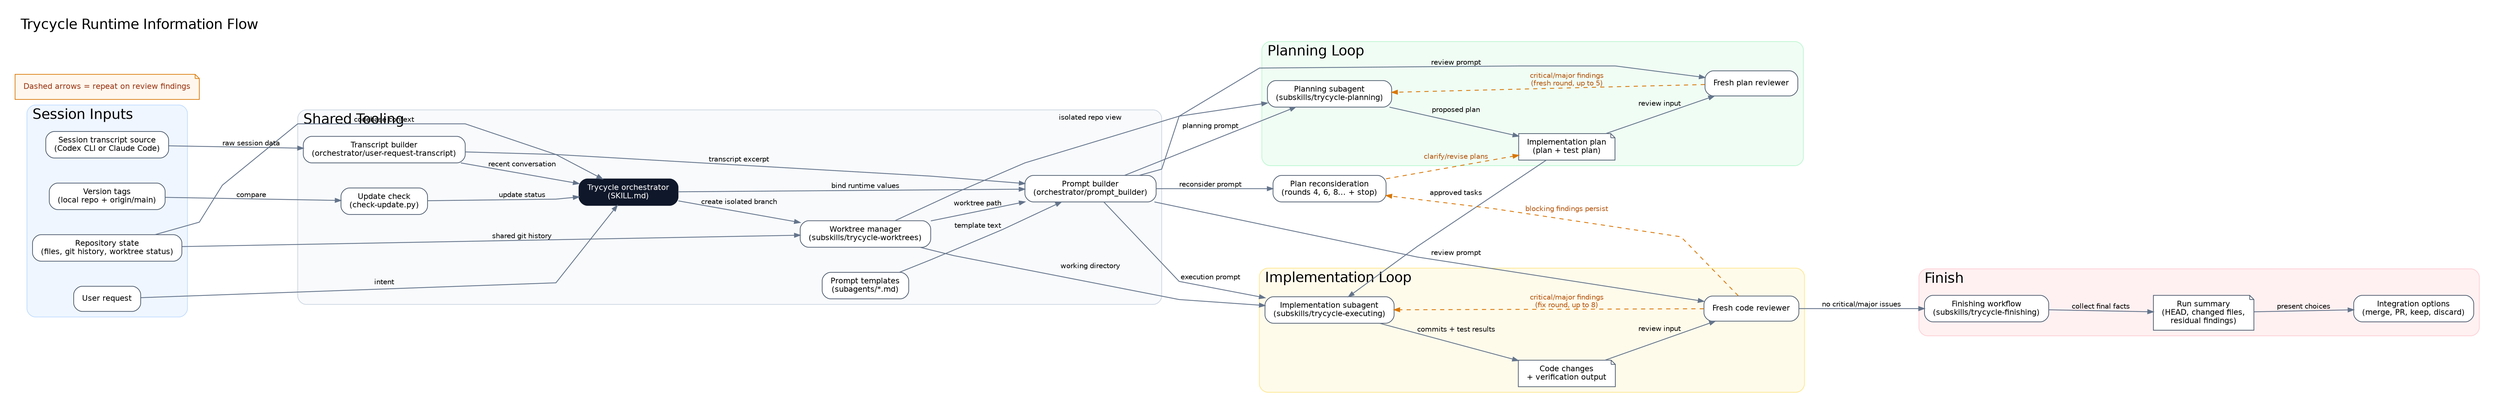
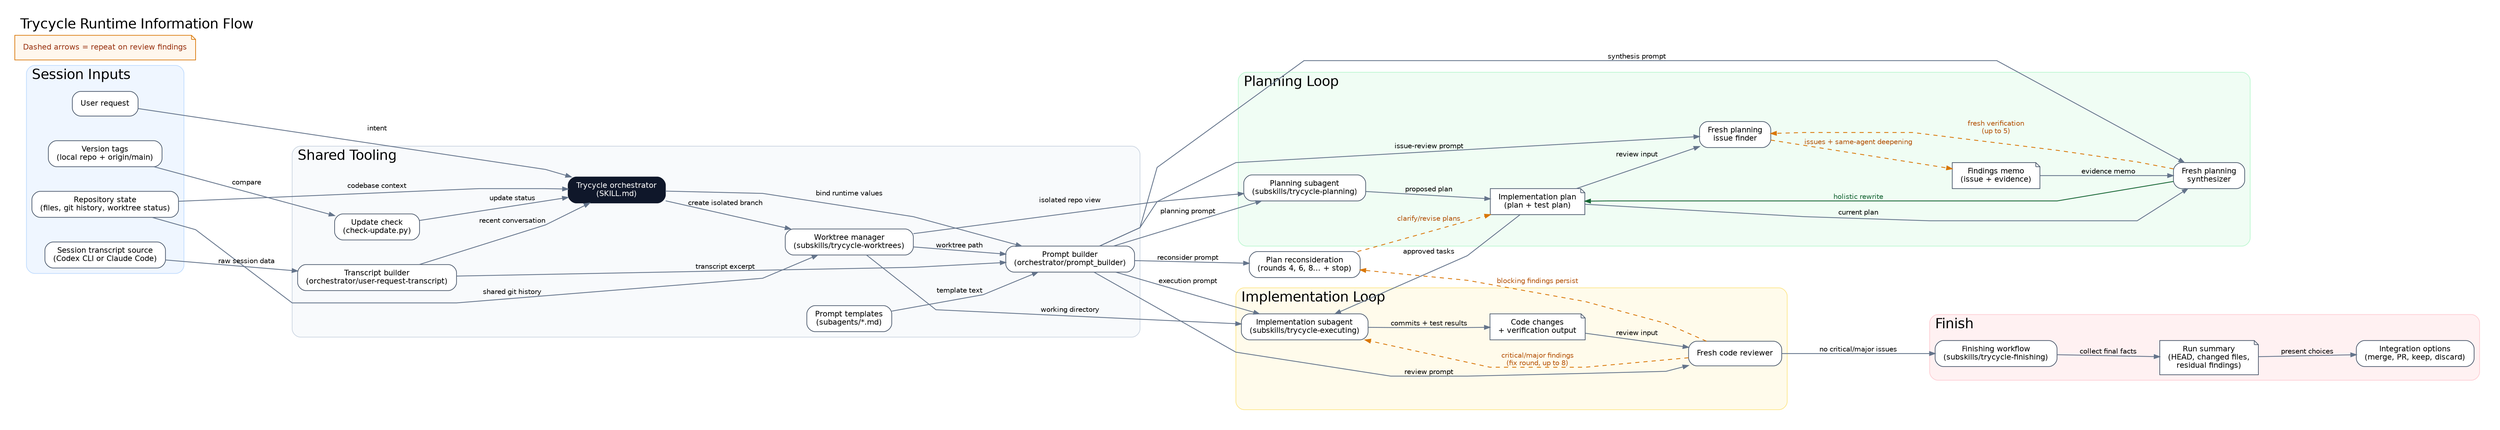
digraph trycycle_information_flow {
  graph [
    label="Trycycle Runtime Information Flow",
    labelloc=t,
    labeljust=l,
    rankdir=LR,
    splines=polyline,
    pad=0.3,
    nodesep=0.5,
    ranksep=0.9,
    bgcolor="white",
    fontname="Helvetica",
    fontsize=20
  ];

  node [
    shape=box,
    style="rounded,filled",
    fontname="Helvetica",
    fontsize=11,
    color="#475569",
    fillcolor="white",
    margin="0.16,0.10"
  ];

  edge [
    fontname="Helvetica",
    fontsize=10,
    color="#64748b",
    arrowsize=0.8,
    penwidth=1.2
  ];

  subgraph cluster_session {
    label="Session Inputs";
    color="#bfdbfe";
    fillcolor="#eff6ff";
    style="rounded,filled";

    user_request [label="User request"];
    repo_state [label="Repository state\n(files, git history, worktree status)"];
    transcript_source [label="Session transcript source\n(Codex CLI or Claude Code)"];
    version_tags [label="Version tags\n(local repo + origin/main)"];
  }

  subgraph cluster_tooling {
    label="Shared Tooling";
    color="#cbd5e1";
    fillcolor="#f8fafc";
    style="rounded,filled";

    orchestrator [
      label="Trycycle orchestrator\n(SKILL.md)",
      fillcolor="#0f172a",
      fontcolor="white",
      color="#0f172a"
    ];
    check_update [label="Update check\n(check-update.py)"];
    transcript_builder [label="Transcript builder\n(orchestrator/user-request-transcript)"];
    prompt_templates [label="Prompt templates\n(subagents/*.md)"];
    prompt_builder [label="Prompt builder\n(orchestrator/prompt_builder)"];
    worktree_manager [label="Worktree manager\n(subskills/trycycle-worktrees)"];
  }

  subgraph cluster_planning {
    label="Planning Loop";
    color="#bbf7d0";
    fillcolor="#f0fdf4";
    style="rounded,filled";

    planner [label="Planning subagent\n(subskills/trycycle-planning)"];
    implementation_plan [
      label="Implementation plan\n(plan + test plan)",
      shape=note,
      fillcolor="#ffffff"
    ];
-     plan_reviewer [label="Fresh plan reviewer"];
+     plan_reviewer [label="Fresh planning\nissue finder"];
+     planning_findings [
+       label="Findings memo\n(issue + evidence)",
+       shape=note,
+       fillcolor="#ffffff"
+     ];
+     plan_synthesizer [label="Fresh planning\nsynthesizer"];
  }

  subgraph cluster_execution {
    label="Implementation Loop";
    color="#fde68a";
    fillcolor="#fffbeb";
    style="rounded,filled";

    executor [label="Implementation subagent\n(subskills/trycycle-executing)"];
    code_artifacts [
      label="Code changes\n+ verification output",
      shape=note,
      fillcolor="#ffffff"
    ];
    post_review [label="Fresh code reviewer"];
  }

  subgraph cluster_finish {
    label="Finish";
    color="#fecdd3";
    fillcolor="#fff1f2";
    style="rounded,filled";

    finisher [label="Finishing workflow\n(subskills/trycycle-finishing)"];
    run_summary [
      label="Run summary\n(HEAD, changed files,\nresidual findings)",
      shape=note,
      fillcolor="#ffffff"
    ];
    integration [label="Integration options\n(merge, PR, keep, discard)"];
  }

  loop_legend [
    label="Dashed arrows = repeat on review findings",
    shape=note,
    fillcolor="#fff7ed",
    color="#d97706",
    fontcolor="#9a3412"
  ];

  user_request -> orchestrator [label="intent"];
  repo_state -> orchestrator [label="codebase context"];
  version_tags -> check_update [label="compare"];
  check_update -> orchestrator [label="update status"];
  transcript_source -> transcript_builder [label="raw session data"];
  transcript_builder -> orchestrator [label="recent conversation"];

  orchestrator -> worktree_manager [label="create isolated branch"];
  repo_state -> worktree_manager [label="shared git history"];
  orchestrator -> prompt_builder [label="bind runtime values"];
  prompt_templates -> prompt_builder [label="template text"];
  transcript_builder -> prompt_builder [label="transcript excerpt"];
  worktree_manager -> prompt_builder [label="worktree path"];

  prompt_builder -> planner [label="planning prompt"];
  worktree_manager -> planner [label="isolated repo view"];
  planner -> implementation_plan [label="proposed plan"];
  implementation_plan -> plan_reviewer [label="review input"];
-   prompt_builder -> plan_reviewer [label="review prompt"];
-   plan_reviewer -> planner [
-     label="critical/major findings\n(fresh round, up to 5)",
+   prompt_builder -> plan_reviewer [label="issue-review prompt"];
+   plan_reviewer -> planning_findings [
+     label="issues + same-agent deepening",
+     style=dashed,
+     color="#d97706",
+     fontcolor="#b45309"
+   ];
+   planning_findings -> plan_synthesizer [label="evidence memo"];
+   implementation_plan -> plan_synthesizer [label="current plan"];
+   prompt_builder -> plan_synthesizer [label="synthesis prompt"];
+   plan_synthesizer -> implementation_plan [
+     label="holistic rewrite",
+     color="#166534",
+     fontcolor="#166534"
+   ];
+   plan_synthesizer -> plan_reviewer [
+     label="fresh verification\n(up to 5)",
    style=dashed,
    color="#d97706",
    fontcolor="#b45309"
  ];

  implementation_plan -> executor [label="approved tasks"];
  prompt_builder -> executor [label="execution prompt"];
  worktree_manager -> executor [label="working directory"];
  executor -> code_artifacts [label="commits + test results"];
  code_artifacts -> post_review [label="review input"];
  prompt_builder -> post_review [label="review prompt"];
  plan_reconsider [
    label="Plan reconsideration\n(rounds 4, 6, 8... + stop)",
    fillcolor="#ffffff"
  ];
  prompt_builder -> plan_reconsider [label="reconsider prompt"];
  post_review -> plan_reconsider [
    label="blocking findings persist",
    style=dashed,
    color="#d97706",
    fontcolor="#b45309"
  ];
  plan_reconsider -> implementation_plan [
    label="clarify/revise plans",
    style=dashed,
    color="#d97706",
    fontcolor="#b45309"
  ];
  post_review -> executor [
    label="critical/major findings\n(fix round, up to 8)",
    style=dashed,
    color="#d97706",
    fontcolor="#b45309"
  ];

  post_review -> finisher [label="no critical/major issues"];
  finisher -> run_summary [label="collect final facts"];
  run_summary -> integration [label="present choices"];
}
